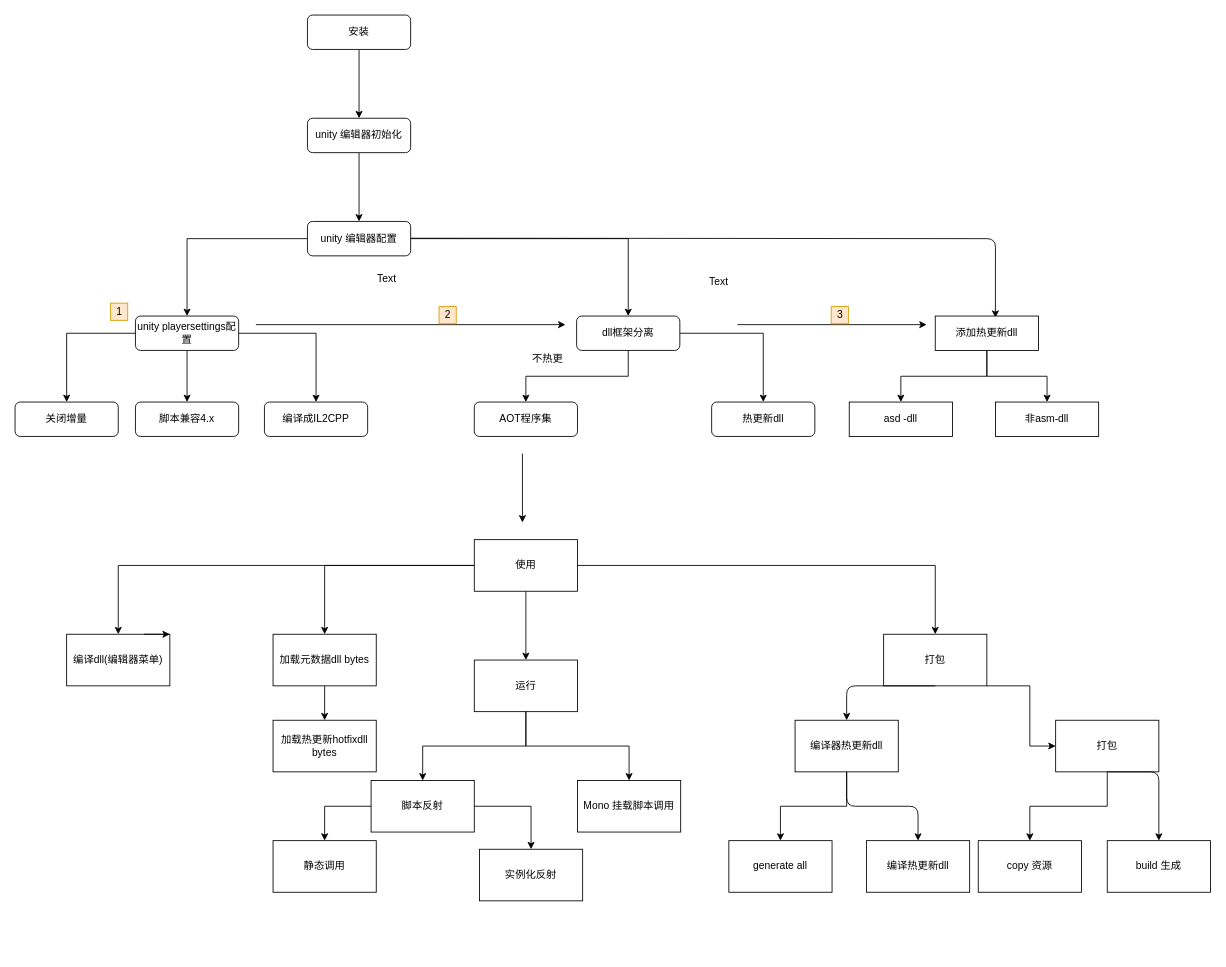
The draw.io diagram page "使用流程" (1 of 3) of Hybrid.drawio in xzp3094997376/DrawIO, before the edit. Source tidied: cells renumbered, new cells numbered last; positions are measured from the earlier drawing's top-left corner, leaving out a move shared by most shapes. Both pictures are drawn from the tidied source at 86%, with x=0, y=0 at pixel (15, 15).
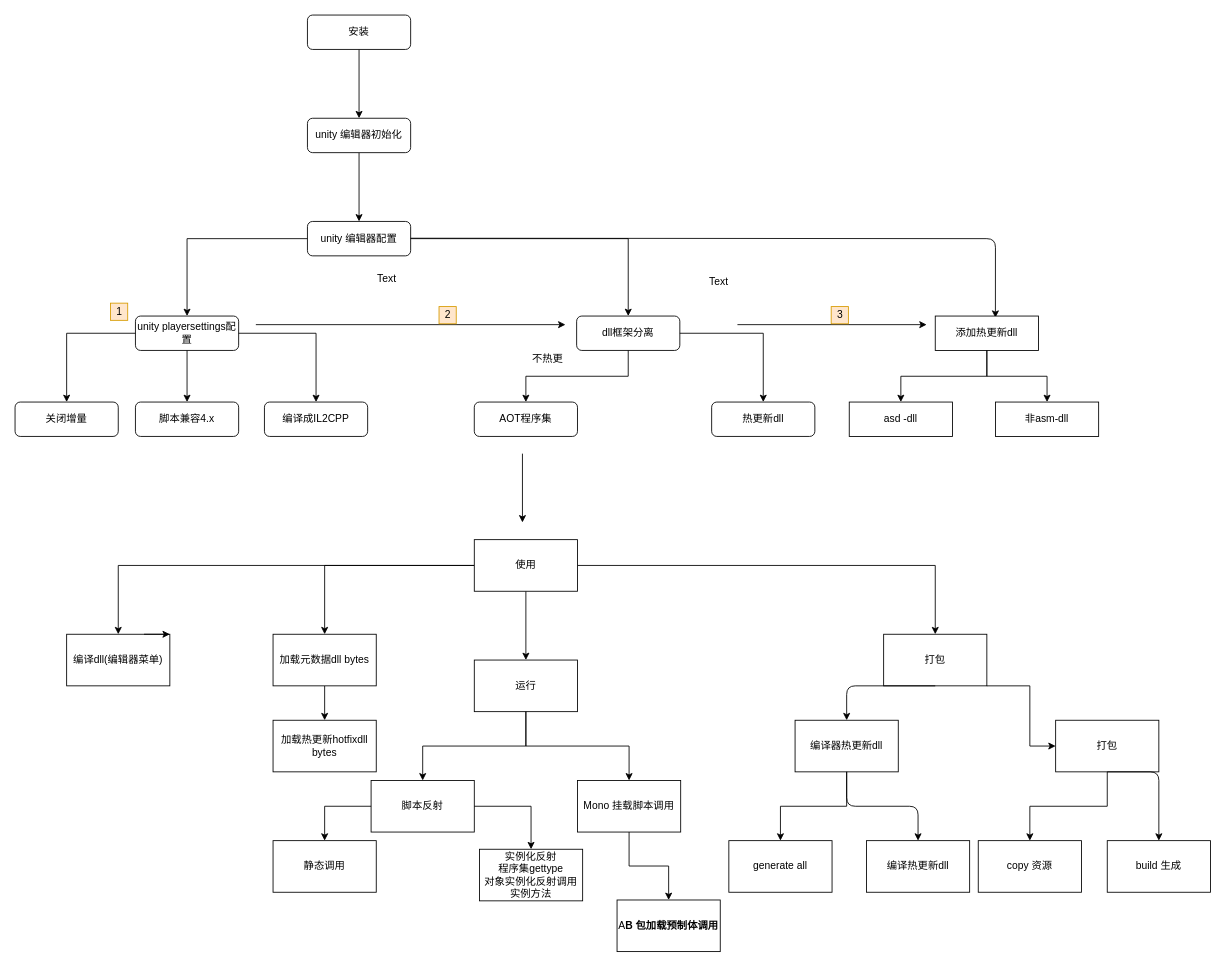
The same diagram, later.

Unchanged cells that the change refers to:
```xml
<mxCell id="60" style="group;" parent="1" vertex="1">
  <mxGeometry x="300" y="750" width="474" height="280" as="geometry" />
</mxCell>
<mxCell id="66" value="Mono 挂载脚本调用" style="rounded=0;whiteSpace=wrap;html=1;" parent="60" vertex="1">
  <mxGeometry x="354" y="140" width="120" height="60" as="geometry" />
</mxCell>
```

What changed in the source:
```diff
@@
-    <mxCell id="64" value="实例化反射" style="rounded=0;whiteSpace=wrap;html=1;" parent="60" vertex="1">
+    <mxCell id="64" value="实例化反射&lt;br&gt;程序集gettype&lt;br&gt;对象实例化反射调用实例方法" style="rounded=0;whiteSpace=wrap;html=1;" parent="60" vertex="1">
       <mxGeometry x="240" y="220" width="120" height="60" as="geometry" />
     </mxCell>
@@
+    <mxCell id="71" value="A&lt;b&gt;B 包加载预制体调用&lt;/b&gt;" style="whiteSpace=wrap;html=1;rounded=0;" parent="1" vertex="1">
+      <mxGeometry x="700" y="1029" width="120" height="60" as="geometry" />
+    </mxCell>
+    <mxCell id="72" style="edgeStyle=orthogonalEdgeStyle;rounded=0;jettySize=auto;html=1;" parent="1" edge="1" source="66" target="71">
+      <mxGeometry relative="1" as="geometry" />
+    </mxCell>
```
